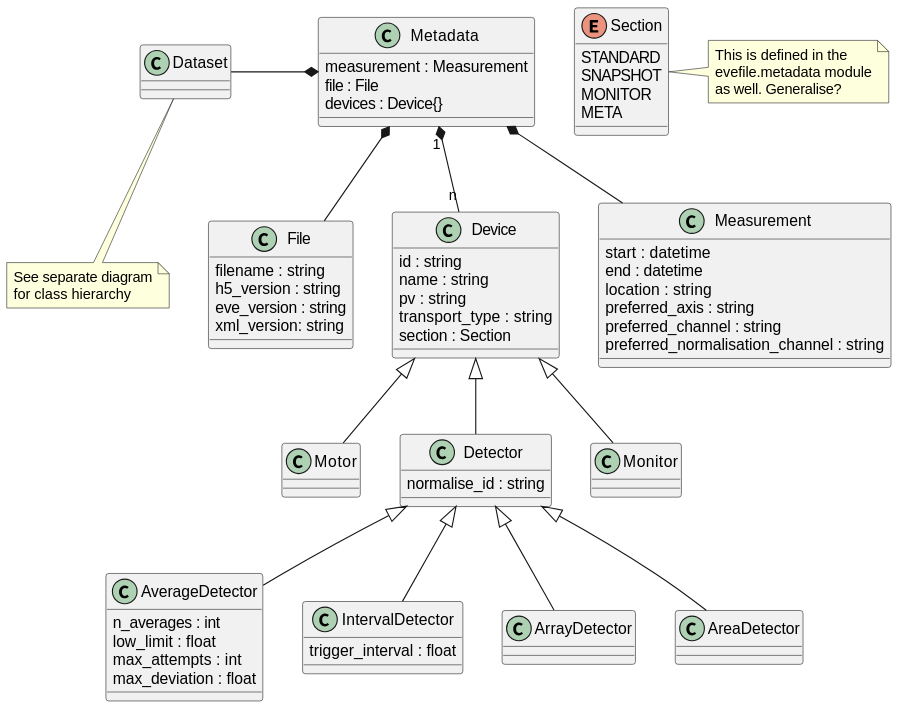
Earlier version of the PlantUML export docs/uml/evedata.dataset.metadata.svg (tillbiskup/evedata). Source of this version:
```plantuml
@startuml
class Metadata {
    measurement : Measurement
    file : File
    devices : Device{}
}

enum Section {
    STANDARD
    SNAPSHOT
    MONITOR
    META
}
note right: This is defined in the\nevefile.metadata module\nas well. Generalise?
Metadata -[hidden]>Section

class Dataset
note bottom: See separate diagram\nfor class hierarchy

class Measurement {
    start : datetime
    end : datetime
    location : string
    preferred_axis : string
    preferred_channel : string
    preferred_normalisation_channel : string
}

class File {
    filename : string
    h5_version : string
    eve_version : string
    xml_version: string
}

class Device {
    id : string
    name : string
    pv : string
    transport_type : string
    section : Section
}

class Motor extends Device {
}

class Detector extends Device {
    normalise_id : string
}

class AverageDetector extends Detector {
    n_averages : int
    low_limit : float
    max_attempts : int
    max_deviation : float
}

class IntervalDetector extends Detector {
    trigger_interval : float
}

class ArrayDetector extends Detector {
}

class AreaDetector extends Detector {
}

class Monitor extends Device {
}

Dataset -* Metadata
Metadata *-- Measurement
Metadata "1" *-- "n" Device
Metadata *-- File
@enduml
```
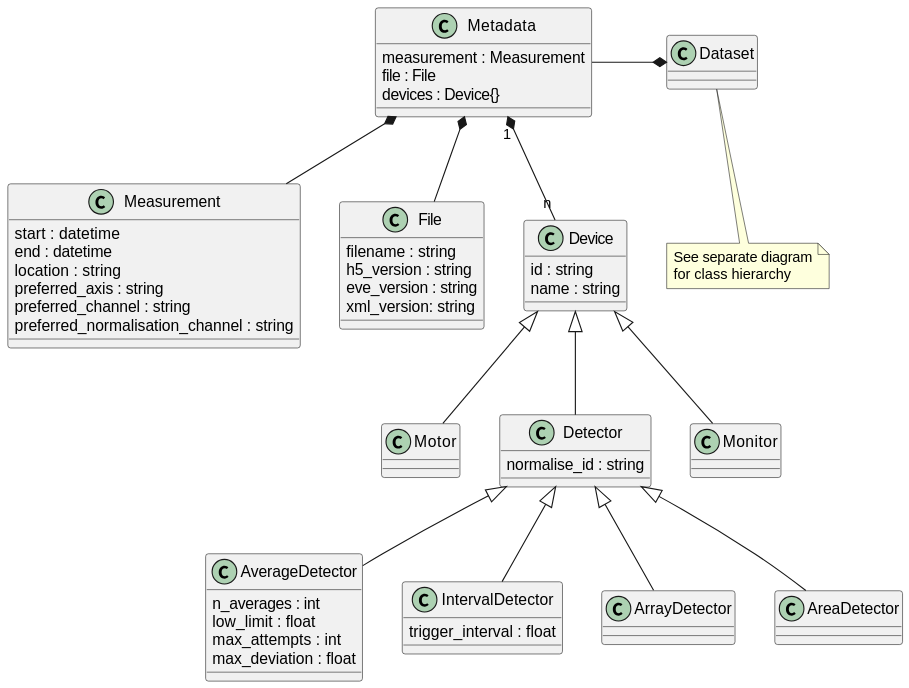
The same file after the commit.

Commit message:
Start with UML diagrams for facades

Change to the diagram source:
```diff
@@ -4,15 +4,6 @@
     file : File
     devices : Device{}
 }
-
-enum Section {
-    STANDARD
-    SNAPSHOT
-    MONITOR
-    META
-}
-note right: This is defined in the\nevefile.metadata module\nas well. Generalise?
-Metadata -[hidden]>Section
 
 class Dataset
 note bottom: See separate diagram\nfor class hierarchy
@@ -36,9 +27,6 @@
 class Device {
     id : string
     name : string
-    pv : string
-    transport_type : string
-    section : Section
 }
 
 class Motor extends Device {
@@ -68,7 +56,7 @@
 class Monitor extends Device {
 }
 
-Dataset -* Metadata
+Metadata -* Dataset
 Metadata *-- Measurement
 Metadata "1" *-- "n" Device
 Metadata *-- File
```
